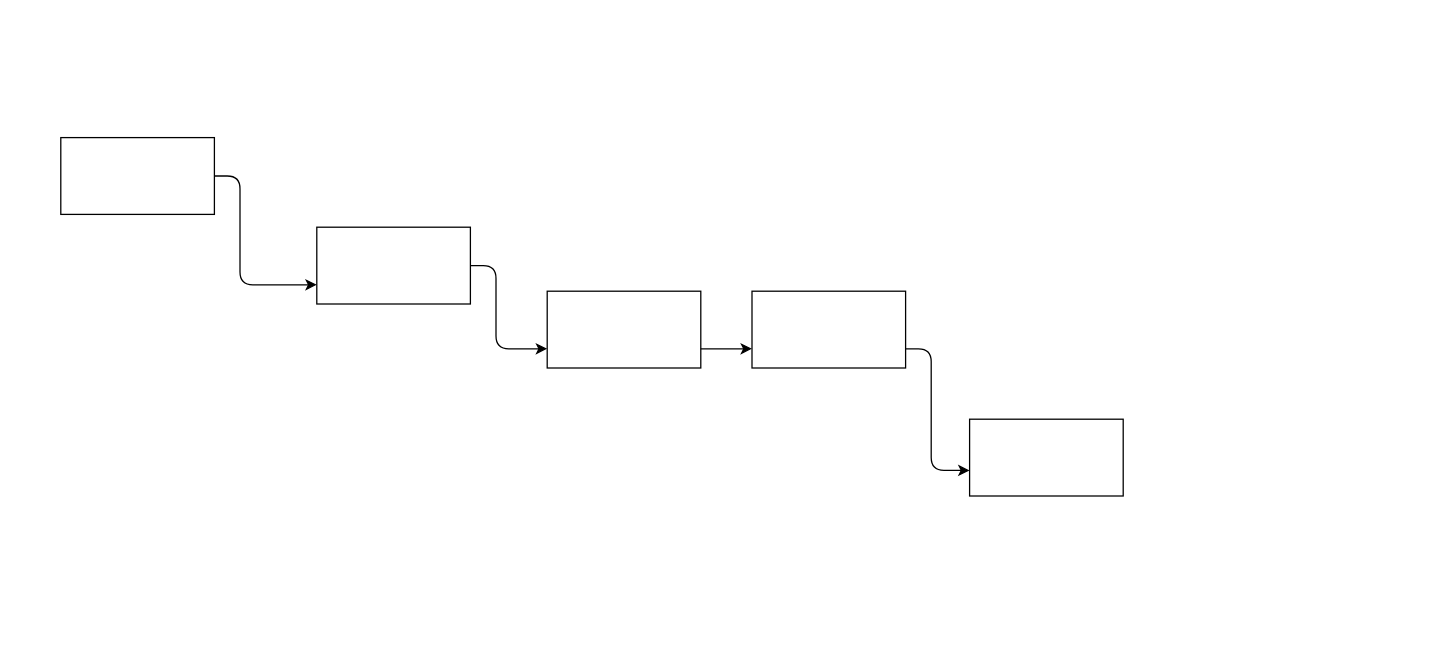
Before: page "A3" (5 of 8) of Biểu đồ không có tiêu đề.drawio in quyettranvu/Lab1_IDEF, a draw.io diagram. Source tidied: cells renumbered, new cells numbered last; positions are measured from the earlier drawing's top-left corner, leaving out a move shared by most shapes. Both pictures are drawn from the tidied source at 128%, with x=0, y=0 at pixel (60, 137).
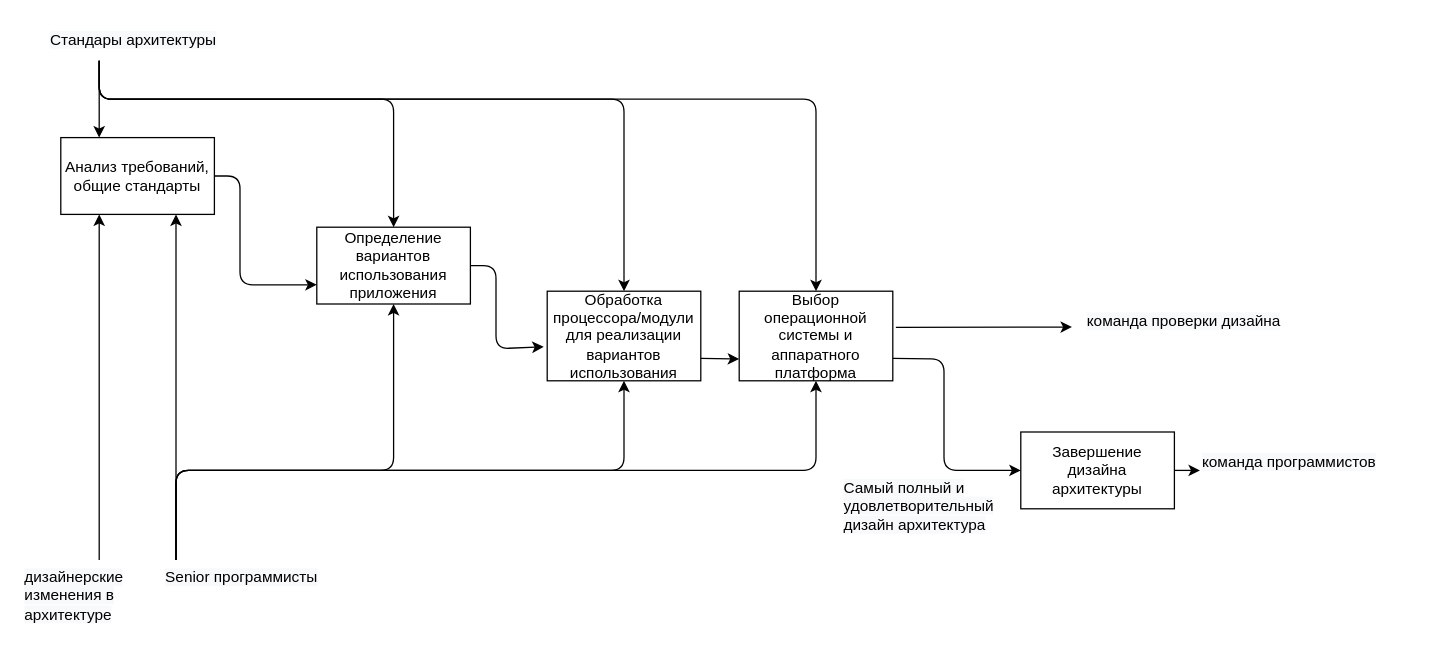
The same diagram, later.

What changed in the source:
```diff
@@
-    <mxCell id="2" style="rounded=0;whiteSpace=wrap;html=1;fontSize=12;" parent="1" vertex="1">
+    <mxCell id="2" value="Анализ требований, общие стандарты" style="rounded=0;whiteSpace=wrap;html=1;fontSize=12;" parent="1" vertex="1">
       <mxGeometry width="120" height="60" as="geometry" />
     </mxCell>
-    <mxCell id="3" style="rounded=0;whiteSpace=wrap;html=1;fontSize=12;" parent="1" vertex="1">
+    <mxCell id="3" value="Определение вариантов использования приложения" style="rounded=0;whiteSpace=wrap;html=1;fontSize=12;" parent="1" vertex="1">
       <mxGeometry x="200" y="70" width="120" height="60" as="geometry" />
     </mxCell>
-    <mxCell id="4" style="rounded=0;whiteSpace=wrap;html=1;fontSize=12;" parent="1" vertex="1">
-      <mxGeometry x="380" y="120" width="120" height="60" as="geometry" />
+    <mxCell id="4" value="Обработка процессора/модули для реализации вариантов использования" style="rounded=0;whiteSpace=wrap;html=1;fontSize=12;" parent="1" vertex="1">
+      <mxGeometry x="380" y="120" width="120" height="70" as="geometry" />
     </mxCell>
-    <mxCell id="5" style="rounded=0;whiteSpace=wrap;html=1;fontSize=12;" parent="1" vertex="1">
-      <mxGeometry x="540" y="120" width="120" height="60" as="geometry" />
+    <mxCell id="5" value="Выбор операционной системы и аппаратного платформа" style="rounded=0;whiteSpace=wrap;html=1;fontSize=12;" parent="1" vertex="1">
+      <mxGeometry x="530" y="120" width="120" height="70" as="geometry" />
     </mxCell>
-    <mxCell id="6" style="rounded=0;whiteSpace=wrap;html=1;fontSize=12;" parent="1" vertex="1">
-      <mxGeometry x="710" y="220" width="120" height="60" as="geometry" />
+    <mxCell id="6" value="Завершение дизайна архитектуры" style="rounded=0;whiteSpace=wrap;html=1;fontSize=12;" parent="1" vertex="1">
+      <mxGeometry x="750" y="230" width="120" height="60" as="geometry" />
     </mxCell>
@@
-    <mxCell id="8" style="endArrow=classic;html=1;rounded=1;fontSize=12;exitX=1;exitY=0.5;exitDx=0;exitDy=0;entryX=0;entryY=0.75;entryDx=0;entryDy=0;" parent="1" edge="1" source="3" target="4">
+    <mxCell id="8" style="endArrow=classic;html=1;rounded=1;fontSize=12;exitX=1;exitY=0.5;exitDx=0;exitDy=0;entryX=-0.023;entryY=0.62;entryDx=0;entryDy=0;entryPerimeter=0;" parent="1" edge="1" source="3" target="4">
       <mxGeometry relative="1" as="geometry">
         <Array as="points">
           <mxPoint x="340" y="100" />
           <mxPoint x="340" y="165" />
         </Array>
       </mxGeometry>
     </mxCell>
-    <mxCell id="9" style="endArrow=classic;html=1;rounded=1;fontSize=12;exitX=1;exitY=0.75;exitDx=0;exitDy=0;entryX=0;entryY=0.75;entryDx=0;entryDy=0;" parent="1" edge="1" source="4" target="5">
-      <mxGeometry relative="1" as="geometry" />
+    <mxCell id="9" style="endArrow=classic;html=1;rounded=1;fontSize=12;exitX=1;exitY=0.75;exitDx=0;exitDy=0;" parent="1" edge="1" source="4">
+      <mxGeometry relative="1" as="geometry">
+        <mxPoint x="530" y="173" as="targetPoint" />
+      </mxGeometry>
     </mxCell>
-    <mxCell id="10" style="endArrow=classic;html=1;rounded=1;fontSize=12;exitX=1;exitY=0.75;exitDx=0;exitDy=0;" parent="1" edge="1" source="5">
+    <mxCell id="10" style="endArrow=classic;html=1;rounded=1;fontSize=12;exitX=1;exitY=0.75;exitDx=0;exitDy=0;entryX=0;entryY=0.5;entryDx=0;entryDy=0;" parent="1" edge="1" source="5" target="6">
       <mxGeometry relative="1" as="geometry">
-        <mxPoint x="710" y="260" as="targetPoint" />
         <Array as="points">
-          <mxPoint x="680" y="165" />
-          <mxPoint x="680" y="260" />
+          <mxPoint x="690" y="173" />
+          <mxPoint x="690" y="260" />
         </Array>
       </mxGeometry>
     </mxCell>
+    <mxCell id="11" style="endArrow=classic;html=1;rounded=1;fontSize=12;entryX=0.25;entryY=0;entryDx=0;entryDy=0;" parent="1" edge="1" target="2">
+      <mxGeometry relative="1" as="geometry">
+        <mxPoint x="30" y="-60" as="sourcePoint" />
+      </mxGeometry>
+    </mxCell>
+    <mxCell id="12" style="endArrow=classic;html=1;rounded=1;fontSize=12;entryX=0.5;entryY=0;entryDx=0;entryDy=0;" parent="1" edge="1" target="3">
+      <mxGeometry relative="1" as="geometry">
+        <mxPoint x="30" y="-60" as="sourcePoint" />
+        <Array as="points">
+          <mxPoint x="30" y="-30" />
+          <mxPoint x="260" y="-30" />
+        </Array>
+      </mxGeometry>
+    </mxCell>
+    <mxCell id="13" style="endArrow=classic;html=1;rounded=1;fontSize=12;entryX=0.5;entryY=0;entryDx=0;entryDy=0;" parent="1" edge="1" target="4">
+      <mxGeometry relative="1" as="geometry">
+        <mxPoint x="30" y="-60" as="sourcePoint" />
+        <Array as="points">
+          <mxPoint x="30" y="-30" />
+          <mxPoint x="440" y="-30" />
+        </Array>
+      </mxGeometry>
+    </mxCell>
+    <mxCell id="14" style="endArrow=classic;html=1;rounded=1;fontSize=12;entryX=0.5;entryY=0;entryDx=0;entryDy=0;" parent="1" edge="1" target="5">
+      <mxGeometry relative="1" as="geometry">
+        <mxPoint x="30" y="-60" as="sourcePoint" />
+        <Array as="points">
+          <mxPoint x="30" y="-30" />
+          <mxPoint x="590" y="-30" />
+        </Array>
+      </mxGeometry>
+    </mxCell>
+    <mxCell id="15" value="&lt;span style=&quot;color: rgb(0, 0, 0); font-family: Helvetica; font-size: 12px; font-style: normal; font-variant-ligatures: normal; font-variant-caps: normal; font-weight: 400; letter-spacing: normal; orphans: 2; text-align: center; text-indent: 0px; text-transform: none; widows: 2; word-spacing: 0px; -webkit-text-stroke-width: 0px; background-color: rgb(248, 249, 250); text-decoration-thickness: initial; text-decoration-style: initial; text-decoration-color: initial; float: none; display: inline !important;&quot;&gt;Стандары архитектуры&lt;/span&gt;" style="text;whiteSpace=wrap;html=1;fontSize=12;" parent="1" vertex="1">
+      <mxGeometry x="-10" y="-90" width="160" height="40" as="geometry" />
+    </mxCell>
+    <mxCell id="16" style="endArrow=classic;html=1;rounded=1;fontSize=12;entryX=0.25;entryY=1;entryDx=0;entryDy=0;" parent="1" edge="1" target="2">
+      <mxGeometry relative="1" as="geometry">
+        <mxPoint x="30" y="330" as="sourcePoint" />
+      </mxGeometry>
+    </mxCell>
+    <mxCell id="17" style="endArrow=classic;html=1;rounded=1;fontSize=12;entryX=0.75;entryY=1;entryDx=0;entryDy=0;" parent="1" edge="1" target="2">
+      <mxGeometry relative="1" as="geometry">
+        <mxPoint x="90" y="330" as="sourcePoint" />
+      </mxGeometry>
+    </mxCell>
+    <mxCell id="18" style="endArrow=classic;html=1;rounded=1;fontSize=12;entryX=0.5;entryY=1;entryDx=0;entryDy=0;" parent="1" edge="1" target="3">
+      <mxGeometry relative="1" as="geometry">
+        <mxPoint x="90" y="330" as="sourcePoint" />
+        <Array as="points">
+          <mxPoint x="90" y="260" />
+          <mxPoint x="260" y="260" />
+        </Array>
+      </mxGeometry>
+    </mxCell>
+    <mxCell id="19" style="endArrow=classic;html=1;rounded=1;fontSize=12;entryX=0.5;entryY=1;entryDx=0;entryDy=0;" parent="1" edge="1" target="4">
+      <mxGeometry relative="1" as="geometry">
+        <mxPoint x="90" y="330" as="sourcePoint" />
+        <Array as="points">
+          <mxPoint x="90" y="260" />
+          <mxPoint x="440" y="260" />
+        </Array>
+      </mxGeometry>
+    </mxCell>
+    <mxCell id="20" style="endArrow=classic;html=1;rounded=1;fontSize=12;entryX=0.5;entryY=1;entryDx=0;entryDy=0;" parent="1" edge="1" target="5">
+      <mxGeometry relative="1" as="geometry">
+        <mxPoint x="90" y="330" as="sourcePoint" />
+        <Array as="points">
+          <mxPoint x="90" y="260" />
+          <mxPoint x="590" y="260" />
+        </Array>
+      </mxGeometry>
+    </mxCell>
+    <mxCell id="21" value="&lt;span style=&quot;color: rgb(0, 0, 0); font-family: Helvetica; font-size: 12px; font-style: normal; font-variant-ligatures: normal; font-variant-caps: normal; font-weight: 400; letter-spacing: normal; orphans: 2; text-align: center; text-indent: 0px; text-transform: none; widows: 2; word-spacing: 0px; -webkit-text-stroke-width: 0px; background-color: rgb(248, 249, 250); text-decoration-thickness: initial; text-decoration-style: initial; text-decoration-color: initial; float: none; display: inline !important;&quot;&gt;Senior программисты&lt;/span&gt;" style="text;whiteSpace=wrap;html=1;fontSize=12;" parent="1" vertex="1">
+      <mxGeometry x="80" y="330" width="150" height="40" as="geometry" />
+    </mxCell>
+    <mxCell id="22" value="&lt;span style=&quot;color: rgb(0, 0, 0); font-family: Helvetica; font-style: normal; font-variant-ligatures: normal; font-variant-caps: normal; font-weight: 400; letter-spacing: normal; orphans: 2; text-align: center; text-indent: 0px; text-transform: none; widows: 2; word-spacing: 0px; -webkit-text-stroke-width: 0px; background-color: rgb(248, 249, 250); text-decoration-thickness: initial; text-decoration-style: initial; text-decoration-color: initial; float: none; display: inline !important;&quot;&gt;&lt;font style=&quot;font-size: 12px;&quot;&gt;дизайнерские изменения в архитектуре&lt;/font&gt;&lt;/span&gt;" style="text;whiteSpace=wrap;html=1;fontSize=12;" parent="1" vertex="1">
+      <mxGeometry x="-30" y="330" width="110" height="40" as="geometry" />
+    </mxCell>
+    <mxCell id="23" style="endArrow=classic;html=1;rounded=1;fontSize=12;exitX=1.02;exitY=0.403;exitDx=0;exitDy=0;exitPerimeter=0;" parent="1" edge="1" source="5">
+      <mxGeometry relative="1" as="geometry">
+        <mxPoint x="790" y="148" as="targetPoint" />
+      </mxGeometry>
+    </mxCell>
+    <mxCell id="24" value="&lt;span style=&quot;color: rgb(0, 0, 0); font-family: Helvetica; font-size: 12px; font-style: normal; font-variant-ligatures: normal; font-variant-caps: normal; font-weight: 400; letter-spacing: normal; orphans: 2; text-align: left; text-indent: 0px; text-transform: none; widows: 2; word-spacing: 0px; -webkit-text-stroke-width: 0px; background-color: rgb(248, 249, 250); text-decoration-thickness: initial; text-decoration-style: initial; text-decoration-color: initial; float: none; display: inline !important;&quot;&gt;команда проверки дизайна&lt;/span&gt;" style="text;whiteSpace=wrap;html=1;fontSize=12;" parent="1" vertex="1">
+      <mxGeometry x="800" y="130" width="180" height="40" as="geometry" />
+    </mxCell>
+    <mxCell id="25" value="&lt;span style=&quot;color: rgb(0, 0, 0); font-family: Helvetica; font-size: 12px; font-style: normal; font-variant-ligatures: normal; font-variant-caps: normal; font-weight: 400; letter-spacing: normal; orphans: 2; text-align: left; text-indent: 0px; text-transform: none; widows: 2; word-spacing: 0px; -webkit-text-stroke-width: 0px; background-color: rgb(248, 249, 250); text-decoration-thickness: initial; text-decoration-style: initial; text-decoration-color: initial; float: none; display: inline !important;&quot;&gt;команда программистов&lt;/span&gt;" style="text;whiteSpace=wrap;html=1;fontSize=12;" parent="1" vertex="1">
+      <mxGeometry x="890" y="240" width="170" height="40" as="geometry" />
+    </mxCell>
+    <mxCell id="26" style="endArrow=classic;html=1;rounded=1;fontSize=12;exitX=1;exitY=0.5;exitDx=0;exitDy=0;entryX=0;entryY=0.5;entryDx=0;entryDy=0;" parent="1" edge="1" source="6" target="25">
+      <mxGeometry relative="1" as="geometry" />
+    </mxCell>
+    <mxCell id="27" value="&lt;span style=&quot;color: rgb(0, 0, 0); font-family: Helvetica; font-size: 12px; font-style: normal; font-variant-ligatures: normal; font-variant-caps: normal; font-weight: 400; letter-spacing: normal; orphans: 2; text-align: left; text-indent: 0px; text-transform: none; widows: 2; word-spacing: 0px; -webkit-text-stroke-width: 0px; background-color: rgb(248, 249, 250); text-decoration-thickness: initial; text-decoration-style: initial; text-decoration-color: initial; float: none; display: inline !important;&quot;&gt;Самый полный и удовлетворительный дизайн архитектура&lt;/span&gt;" style="text;whiteSpace=wrap;html=1;fontSize=12;" parent="1" vertex="1">
+      <mxGeometry x="610" y="260" width="120" height="40" as="geometry" />
+    </mxCell>
```
